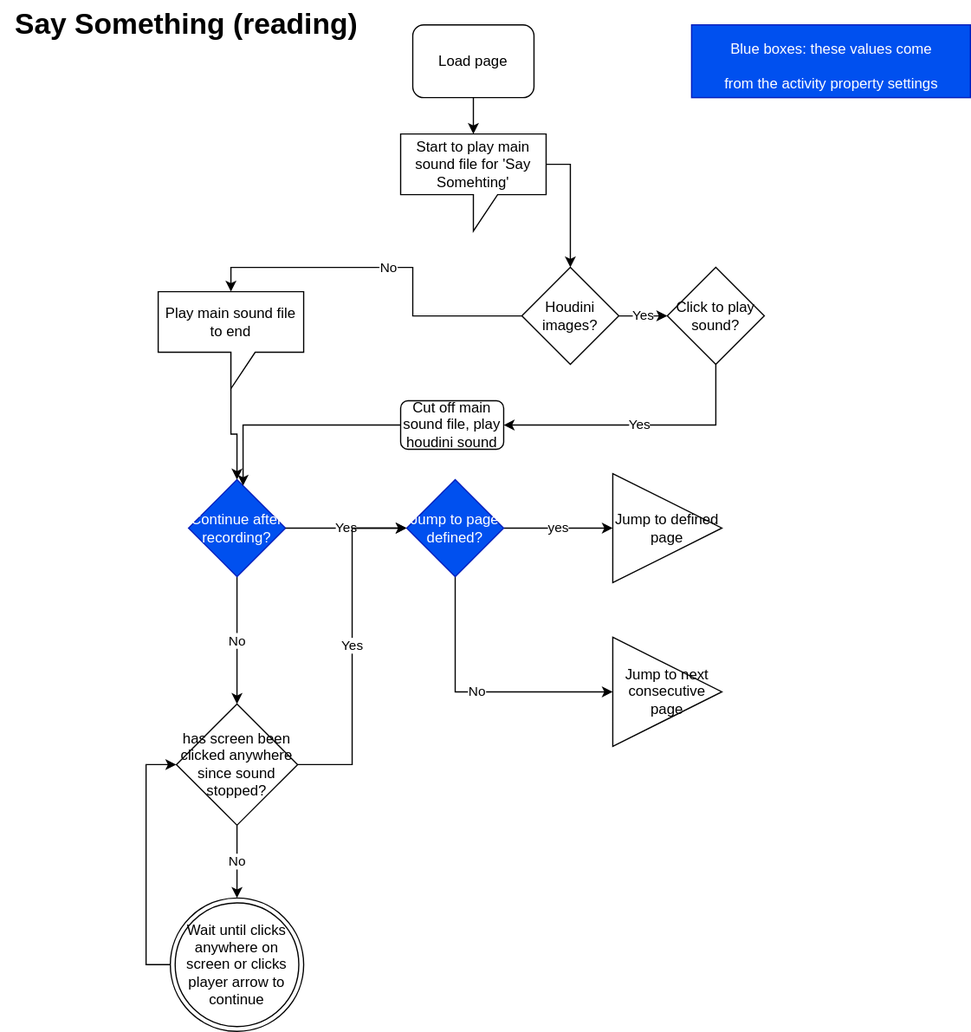
The draw.io diagram legacy-player/Say-something.drawio.svg in ji-devs/ji-cloud-flowcharts, before a commit. Source tidied: cells renumbered, new cells last; positions are measured from the earlier drawing's top-left corner, leaving out a move shared by most shapes.
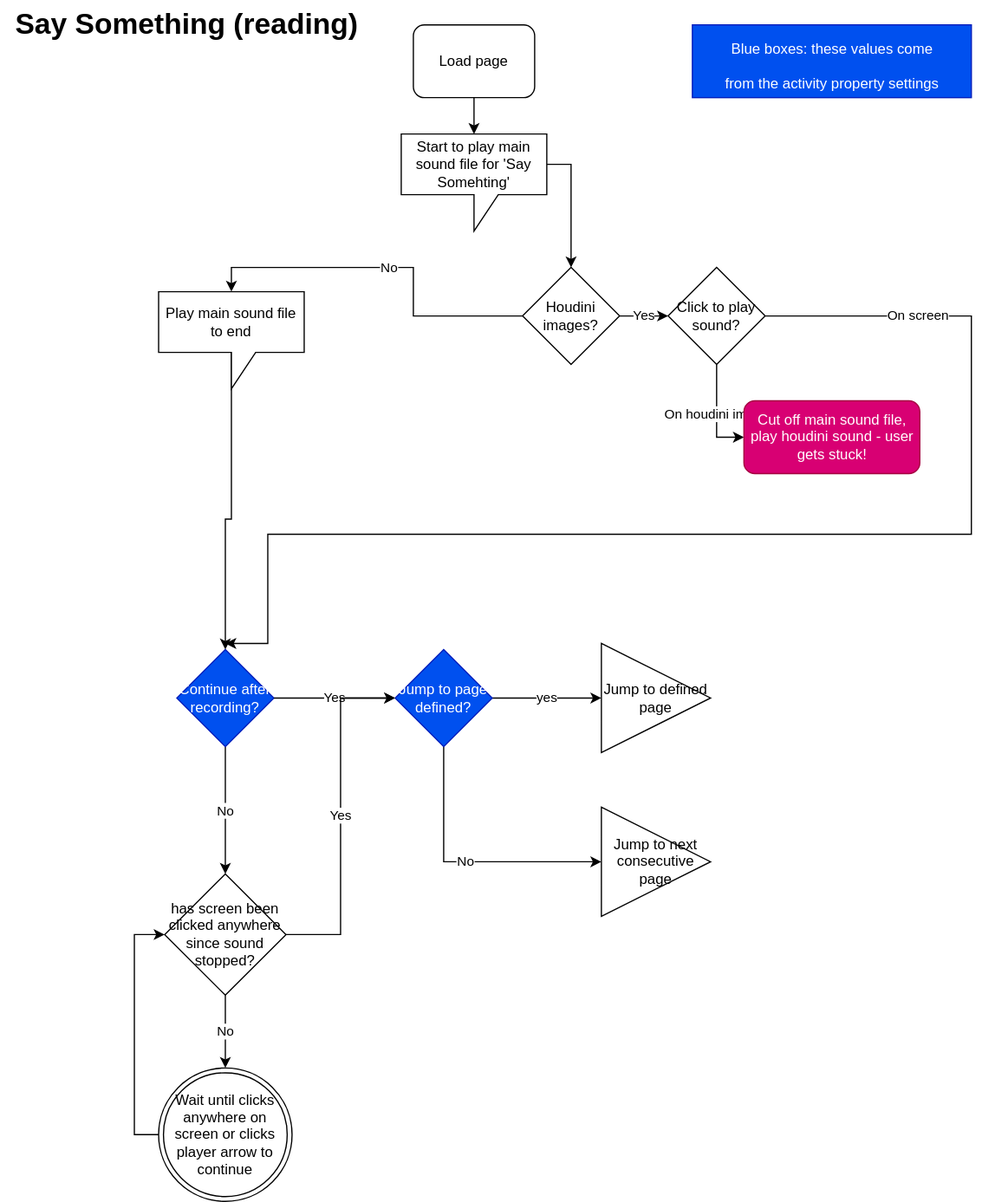
After the commit.

Diff of the diagram source:
```diff
@@ -9,16 +9,16 @@
       <mxGeometry relative="1" as="geometry" />
     </mxCell>
     <mxCell id="4" value="Continue after recording?" style="rhombus;whiteSpace=wrap;html=1;fillColor=#0050ef;strokeColor=#001DBC;fontColor=#ffffff;" parent="1" vertex="1">
-      <mxGeometry x="155" y="395" width="80" height="80" as="geometry" />
+      <mxGeometry x="145" y="535" width="80" height="80" as="geometry" />
     </mxCell>
     <mxCell id="5" value="Jump to defined page" style="triangle;whiteSpace=wrap;html=1;" parent="1" vertex="1">
-      <mxGeometry x="505" y="390" width="90" height="90" as="geometry" />
+      <mxGeometry x="495" y="530" width="90" height="90" as="geometry" />
     </mxCell>
     <mxCell id="6" value="No" style="edgeStyle=orthogonalEdgeStyle;rounded=0;jettySize=auto;html=1;entryX=0;entryY=0.5;entryDx=0;entryDy=0;exitX=0.5;exitY=1;exitDx=0;exitDy=0;" parent="1" edge="1" source="7" target="10">
       <mxGeometry relative="1" as="geometry" />
     </mxCell>
     <mxCell id="7" value="Jump to page defined?" style="rhombus;whiteSpace=wrap;html=1;fillColor=#0050ef;strokeColor=#001DBC;fontColor=#ffffff;" parent="1" vertex="1">
-      <mxGeometry x="335" y="395" width="80" height="80" as="geometry" />
+      <mxGeometry x="325" y="535" width="80" height="80" as="geometry" />
     </mxCell>
     <mxCell id="8" value="Yes" style="edgeStyle=orthogonalEdgeStyle;rounded=0;jettySize=auto;html=1;" parent="1" edge="1" source="4" target="7">
       <mxGeometry relative="1" as="geometry" />
@@ -27,7 +27,7 @@
       <mxGeometry width="305" height="40" as="geometry" />
     </mxCell>
     <mxCell id="10" value="Jump to next consecutive page" style="triangle;whiteSpace=wrap;html=1;" parent="1" vertex="1">
-      <mxGeometry x="505" y="525" width="90" height="90" as="geometry" />
+      <mxGeometry x="495" y="665" width="90" height="90" as="geometry" />
     </mxCell>
     <mxCell id="11" style="edgeStyle=orthogonalEdgeStyle;rounded=0;jettySize=auto;html=1;entryX=0.5;entryY=0;entryDx=0;entryDy=0;" parent="1" edge="1" source="12" target="4">
       <mxGeometry relative="1" as="geometry" />
@@ -48,18 +48,18 @@
       <mxGeometry relative="1" as="geometry" />
     </mxCell>
     <mxCell id="17" value="has screen been clicked anywhere since sound stopped?" style="rhombus;whiteSpace=wrap;html=1;" parent="1" vertex="1">
-      <mxGeometry x="145" y="580" width="100" height="100" as="geometry" />
+      <mxGeometry x="135" y="720" width="100" height="100" as="geometry" />
     </mxCell>
     <mxCell id="18" style="edgeStyle=orthogonalEdgeStyle;rounded=0;jettySize=auto;html=1;entryX=0;entryY=0.5;entryDx=0;entryDy=0;" parent="1" edge="1" source="19" target="17">
       <mxGeometry relative="1" as="geometry">
         <Array as="points">
-          <mxPoint x="120" y="795" />
-          <mxPoint x="120" y="630" />
+          <mxPoint x="110" y="935" />
+          <mxPoint x="110" y="770" />
         </Array>
       </mxGeometry>
     </mxCell>
     <mxCell id="19" value="Wait until clicks anywhere on screen or clicks player arrow to continue" style="ellipse;shape=doubleEllipse;whiteSpace=wrap;html=1;" parent="1" vertex="1">
-      <mxGeometry x="140" y="740" width="110" height="110" as="geometry" />
+      <mxGeometry x="130" y="880" width="110" height="110" as="geometry" />
     </mxCell>
     <mxCell id="20" value="&lt;span style=&quot;font-weight: normal&quot;&gt;&lt;font style=&quot;font-size: 12px&quot;&gt;Blue boxes: these values come &lt;br&gt;from the activity property settings&lt;/font&gt;&lt;/span&gt;" style="text;strokeColor=#001DBC;fillColor=#0050ef;html=1;fontSize=24;fontStyle=1;verticalAlign=middle;align=center;fontColor=#ffffff;" parent="1" vertex="1">
       <mxGeometry x="570" y="20" width="230" height="60" as="geometry" />
@@ -73,17 +73,25 @@
     <mxCell id="23" value="Houdini images?" style="rhombus;whiteSpace=wrap;html=1;" parent="1" vertex="1">
       <mxGeometry x="430" y="220" width="80" height="80" as="geometry" />
     </mxCell>
-    <mxCell id="24" value="Yes" style="edgeStyle=orthogonalEdgeStyle;rounded=0;jettySize=auto;html=1;entryX=1;entryY=0.5;entryDx=0;entryDy=0;exitX=0.5;exitY=1;exitDx=0;exitDy=0;" parent="1" edge="1" source="25" target="27">
+    <mxCell id="24" value="On houdini image" style="edgeStyle=orthogonalEdgeStyle;rounded=0;jettySize=auto;html=1;entryX=0;entryY=0.5;entryDx=0;entryDy=0;exitX=0.5;exitY=1;exitDx=0;exitDy=0;" parent="1" edge="1" source="25" target="27">
       <mxGeometry relative="1" as="geometry" />
     </mxCell>
+    <mxCell id="30" value="On screen" style="edgeStyle=orthogonalEdgeStyle;rounded=0;jettySize=auto;html=1;exitX=1;exitY=0.5;exitDx=0;exitDy=0;" parent="1" edge="1" source="25">
+      <mxGeometry x="-0.76" relative="1" as="geometry">
+        <mxPoint x="185" y="530" as="targetPoint" />
+        <Array as="points">
+          <mxPoint x="800" y="260" />
+          <mxPoint x="800" y="440" />
+          <mxPoint x="220" y="440" />
+          <mxPoint x="220" y="530" />
+        </Array>
+      </mxGeometry>
+    </mxCell>
     <mxCell id="25" value="Click to play sound?" style="rhombus;whiteSpace=wrap;html=1;" parent="1" vertex="1">
       <mxGeometry x="550" y="220" width="80" height="80" as="geometry" />
     </mxCell>
-    <mxCell id="26" style="edgeStyle=orthogonalEdgeStyle;rounded=0;jettySize=auto;html=1;entryX=0.563;entryY=0.063;entryDx=0;entryDy=0;entryPerimeter=0;" parent="1" edge="1" source="27" target="4">
-      <mxGeometry relative="1" as="geometry" />
-    </mxCell>
-    <mxCell id="27" value="Cut off main sound file, play houdini sound" style="rounded=1;whiteSpace=wrap;html=1;" parent="1" vertex="1">
-      <mxGeometry x="330" y="330" width="85" height="40" as="geometry" />
+    <mxCell id="27" value="Cut off main sound file, play houdini sound - user gets stuck!&amp;nbsp;" style="rounded=1;whiteSpace=wrap;html=1;fillColor=#d80073;strokeColor=#A50040;fontColor=#ffffff;" parent="1" vertex="1">
+      <mxGeometry x="612.5" y="330" width="145" height="60" as="geometry" />
     </mxCell>
     <mxCell id="28" style="edgeStyle=orthogonalEdgeStyle;rounded=0;jettySize=auto;html=1;entryX=0.5;entryY=0;entryDx=0;entryDy=0;exitX=0;exitY=0;exitDx=120;exitDy=25;exitPerimeter=0;" parent="1" edge="1" source="29" target="23">
       <mxGeometry relative="1" as="geometry" />
```
